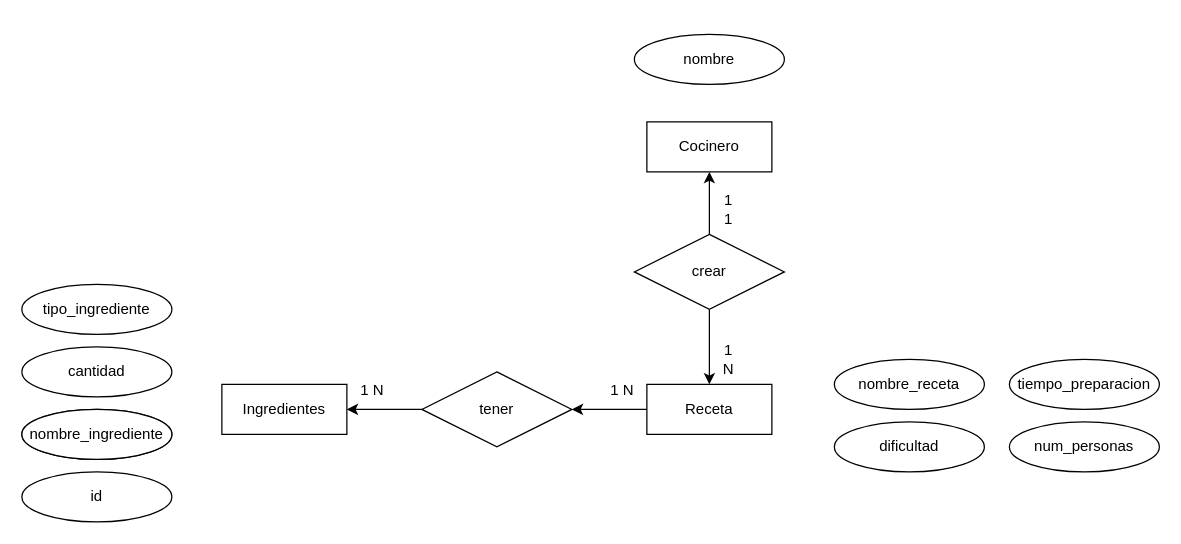
The draw.io diagram ej9.drawio in adriii28/amr-tsys-C3U12-11102023, before the edit. Source tidied: cells renumbered, new cells numbered last; positions are measured from the earlier drawing's top-left corner, leaving out a move shared by most shapes. Both pictures are drawn from the tidied source at 125%, with x=0, y=0 at pixel (21, 34).
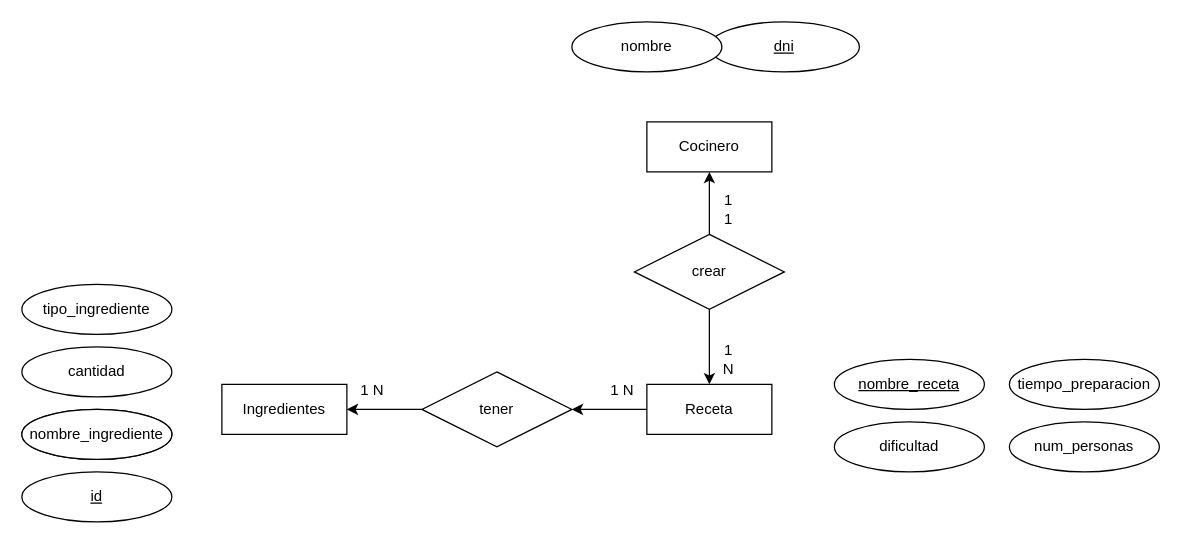
Above is the later version.

Diff of the diagram source:
```diff
@@
-    <mxCell id="6" value="nombre_receta" style="ellipse;whiteSpace=wrap;html=1;align=center;" parent="1" vertex="1">
+    <mxCell id="6" value="nombre_receta" style="ellipse;whiteSpace=wrap;html=1;align=center;fontStyle=4;" parent="1" vertex="1">
       <mxGeometry x="650" y="260" width="120" height="40" as="geometry" />
     </mxCell>
@@
-    <mxCell id="12" value="nombre" style="ellipse;whiteSpace=wrap;html=1;align=center;" parent="1" vertex="1">
-      <mxGeometry x="490" width="120" height="40" as="geometry" />
+    <mxCell id="12" value="dni" style="ellipse;whiteSpace=wrap;html=1;align=center;fontStyle=4;" parent="1" vertex="1">
+      <mxGeometry x="550" y="-10" width="120" height="40" as="geometry" />
     </mxCell>
@@
-    <mxCell id="22" value="id" style="ellipse;whiteSpace=wrap;html=1;align=center;" parent="1" vertex="1">
+    <mxCell id="22" value="id" style="ellipse;whiteSpace=wrap;html=1;align=center;fontStyle=4;" parent="1" vertex="1">
       <mxGeometry y="350" width="120" height="40" as="geometry" />
     </mxCell>
@@
+    <mxCell id="25" value="nombre" style="ellipse;whiteSpace=wrap;html=1;align=center;" parent="1" vertex="1">
+      <mxGeometry x="440" y="-10" width="120" height="40" as="geometry" />
+    </mxCell>
```
